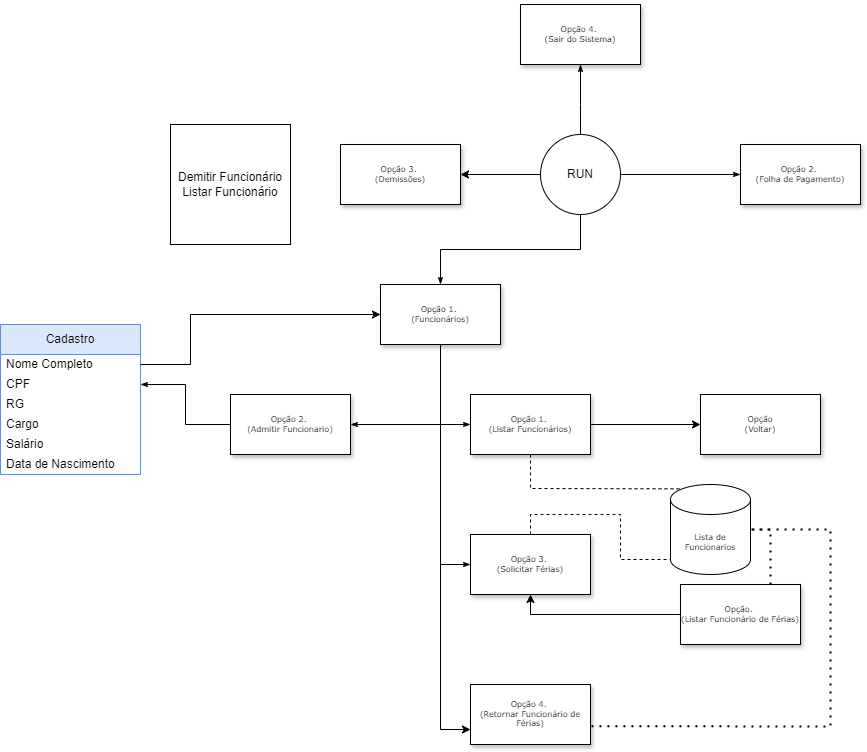
Above: DIAGRAMA RHSYSTEM.drawio.png in VitorMarquesLima/projeto-RHSystem-p1 (draw.io), before the change. Source tidied: cells renumbered, new cells last; positions are measured from the earlier drawing's top-left corner, leaving out a move shared by most shapes.
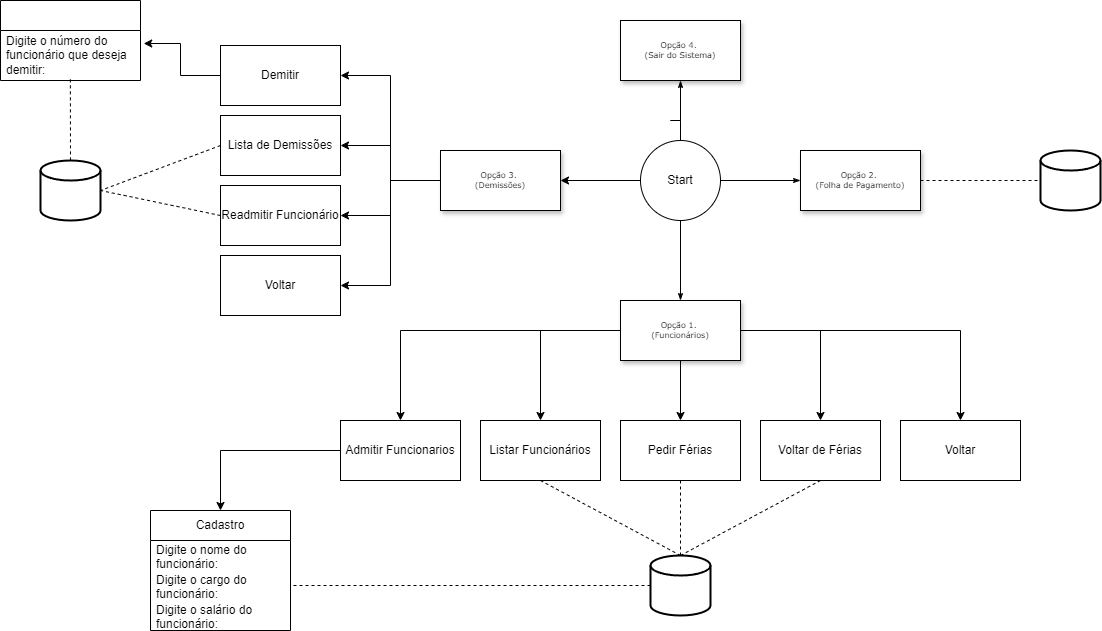
Later version of the same file.

What changed in the source:
```diff
@@ -2,41 +2,30 @@
   <root>
     <mxCell id="0" />
     <mxCell id="1" parent="0" />
-    <mxCell id="2" style="edgeStyle=orthogonalEdgeStyle;rounded=0;jettySize=auto;html=1;entryX=0;entryY=0.75;entryDx=0;entryDy=0;" parent="1" edge="1" source="3" target="7">
-      <mxGeometry relative="1" as="geometry" />
-    </mxCell>
+    <mxCell id="38" style="edgeStyle=orthogonalEdgeStyle;rounded=0;jettySize=auto;html=1;entryX=0.5;entryY=0;entryDx=0;entryDy=0;" parent="1" edge="1" source="3" target="48">
+      <mxGeometry relative="1" as="geometry">
+        <Array as="points">
+          <mxPoint x="310" y="310" />
+        </Array>
+      </mxGeometry>
+    </mxCell>
+    <mxCell id="39" style="edgeStyle=orthogonalEdgeStyle;rounded=0;jettySize=auto;html=1;entryX=0.5;entryY=0;entryDx=0;entryDy=0;" parent="1" edge="1" source="3" target="52">
+      <mxGeometry relative="1" as="geometry" />
+    </mxCell>
+    <mxCell id="40" style="edgeStyle=orthogonalEdgeStyle;rounded=0;jettySize=auto;html=1;entryX=0.5;entryY=0;entryDx=0;entryDy=0;" parent="1" edge="1" source="3" target="49">
+      <mxGeometry relative="1" as="geometry" />
+    </mxCell>
+    <mxCell id="41" style="edgeStyle=orthogonalEdgeStyle;rounded=0;jettySize=auto;html=1;" parent="1" edge="1" source="3" target="51">
+      <mxGeometry relative="1" as="geometry" />
+    </mxCell>
+    <mxCell id="42" style="edgeStyle=orthogonalEdgeStyle;rounded=0;jettySize=auto;html=1;entryX=0.5;entryY=0;entryDx=0;entryDy=0;" parent="1" edge="1" source="3" target="50">
+      <mxGeometry relative="1" as="geometry" />
+    </mxCell>
     <mxCell id="3" value="&lt;div&gt;Opção 1.&amp;nbsp;&lt;/div&gt;&lt;div&gt;(Funcionários)&lt;/div&gt;" style="rounded=0;whiteSpace=wrap;html=1;shadow=1;labelBackgroundColor=none;strokeWidth=1;fontFamily=Verdana;fontSize=8;align=center;" parent="1" vertex="1">
-      <mxGeometry x="380" y="280" width="120" height="60" as="geometry" />
+      <mxGeometry x="530" y="280" width="120" height="60" as="geometry" />
     </mxCell>
-    <mxCell id="4" style="edgeStyle=orthogonalEdgeStyle;rounded=0;jettySize=auto;html=1;entryX=0;entryY=0.5;entryDx=0;entryDy=0;" parent="1" edge="1" source="5" target="32">
-      <mxGeometry relative="1" as="geometry" />
-    </mxCell>
-    <mxCell id="5" value="&lt;div&gt;Opção 1.&amp;nbsp;&lt;/div&gt;&lt;div&gt;(Listar Funcionários)&lt;/div&gt;" style="rounded=0;whiteSpace=wrap;html=1;shadow=1;labelBackgroundColor=none;strokeWidth=1;fontFamily=Verdana;fontSize=8;align=center;" parent="1" vertex="1">
-      <mxGeometry x="470" y="390" width="120" height="60" as="geometry" />
-    </mxCell>
-    <mxCell id="6" value="&lt;div&gt;Opção 2.&amp;nbsp;&lt;/div&gt;&lt;div&gt;(Admitir Funcionario)&lt;/div&gt;" style="rounded=0;whiteSpace=wrap;html=1;shadow=1;labelBackgroundColor=none;strokeWidth=1;fontFamily=Verdana;fontSize=8;align=center;" parent="1" vertex="1">
-      <mxGeometry x="230" y="390" width="120" height="60" as="geometry" />
-    </mxCell>
-    <mxCell id="7" value="&lt;div&gt;Opção 4.&amp;nbsp;&lt;/div&gt;&lt;div&gt;(Retornar Funcionário de Férias)&lt;/div&gt;" style="rounded=0;whiteSpace=wrap;html=1;shadow=1;labelBackgroundColor=none;strokeWidth=1;fontFamily=Verdana;fontSize=8;align=center;" parent="1" vertex="1">
-      <mxGeometry x="470" y="680" width="120" height="60" as="geometry" />
-    </mxCell>
-    <mxCell id="8" value="&lt;div&gt;Opção 3.&amp;nbsp;&lt;/div&gt;&lt;div&gt;(Solicitar Férias)&lt;/div&gt;" style="rounded=0;whiteSpace=wrap;html=1;shadow=1;labelBackgroundColor=none;strokeWidth=1;fontFamily=Verdana;fontSize=8;align=center;" parent="1" vertex="1">
-      <mxGeometry x="470" y="530" width="120" height="60" as="geometry" />
-    </mxCell>
-    <mxCell id="9" style="edgeStyle=orthogonalEdgeStyle;rounded=0;html=1;labelBackgroundColor=none;startSize=5;endArrow=classicThin;endFill=1;endSize=5;jettySize=auto;strokeWidth=1;fontFamily=Verdana;fontSize=8;exitX=0.5;exitY=1;exitDx=0;exitDy=0;entryX=1;entryY=0.5;entryDx=0;entryDy=0;" parent="1" edge="1" source="3" target="6">
-      <mxGeometry relative="1" as="geometry" />
-    </mxCell>
-    <mxCell id="10" style="edgeStyle=orthogonalEdgeStyle;rounded=0;html=1;labelBackgroundColor=none;startSize=5;endArrow=classicThin;endFill=1;endSize=5;jettySize=auto;strokeWidth=1;fontFamily=Verdana;fontSize=8;exitX=0.5;exitY=1;exitDx=0;exitDy=0;entryX=0;entryY=0.5;entryDx=0;entryDy=0;" parent="1" edge="1" source="3" target="8">
-      <mxGeometry relative="1" as="geometry" />
-    </mxCell>
-    <mxCell id="11" style="edgeStyle=orthogonalEdgeStyle;rounded=0;jettySize=auto;html=1;entryX=0.5;entryY=1;entryDx=0;entryDy=0;" parent="1" edge="1" source="12" target="8">
-      <mxGeometry relative="1" as="geometry" />
-    </mxCell>
-    <mxCell id="12" value="&lt;div&gt;Opção.&amp;nbsp;&lt;/div&gt;&lt;div&gt;(Listar Funcionário de Férias)&lt;/div&gt;" style="rounded=0;whiteSpace=wrap;html=1;shadow=1;labelBackgroundColor=none;strokeWidth=1;fontFamily=Verdana;fontSize=8;align=center;" parent="1" vertex="1">
-      <mxGeometry x="680" y="580" width="120" height="60" as="geometry" />
-    </mxCell>
     <mxCell id="13" value="&lt;div&gt;Opção 4&lt;span style=&quot;background-color: initial;&quot;&gt;.&amp;nbsp;&lt;/span&gt;&lt;/div&gt;&lt;div&gt;(Sair do Sistema)&lt;/div&gt;" style="rounded=0;whiteSpace=wrap;html=1;shadow=1;labelBackgroundColor=none;strokeWidth=1;fontFamily=Verdana;fontSize=8;align=center;" parent="1" vertex="1">
-      <mxGeometry x="520" width="120" height="60" as="geometry" />
+      <mxGeometry x="530" width="120" height="60" as="geometry" />
     </mxCell>
     <mxCell id="14" style="edgeStyle=orthogonalEdgeStyle;rounded=0;html=1;labelBackgroundColor=none;startSize=5;endArrow=classicThin;endFill=1;endSize=5;jettySize=auto;strokeWidth=1;fontFamily=Verdana;fontSize=8;entryX=0.5;entryY=1;entryDx=0;entryDy=0;exitX=0.5;exitY=0;exitDx=0;exitDy=0;" parent="1" edge="1" source="34" target="13">
       <mxGeometry relative="1" as="geometry">
@@ -46,103 +35,119 @@
         </Array>
       </mxGeometry>
     </mxCell>
-    <mxCell id="15" style="edgeStyle=orthogonalEdgeStyle;rounded=0;html=1;labelBackgroundColor=none;startSize=5;endArrow=classicThin;endFill=1;endSize=5;jettySize=auto;strokeWidth=1;fontFamily=Verdana;fontSize=8;exitX=0.5;exitY=1;exitDx=0;exitDy=0;entryX=0;entryY=0.5;entryDx=0;entryDy=0;" parent="1" edge="1" source="3" target="5">
-      <mxGeometry relative="1" as="geometry" />
-    </mxCell>
     <mxCell id="16" style="edgeStyle=orthogonalEdgeStyle;rounded=0;html=1;labelBackgroundColor=none;startSize=5;endArrow=classicThin;endFill=1;endSize=5;jettySize=auto;strokeWidth=1;fontFamily=Verdana;fontSize=8;exitX=0.5;exitY=1;exitDx=0;exitDy=0;entryX=0.5;entryY=0;entryDx=0;entryDy=0;" parent="1" edge="1" source="34" target="3">
       <mxGeometry relative="1" as="geometry" />
     </mxCell>
     <mxCell id="17" value="&lt;div&gt;Opção 2.&amp;nbsp;&lt;/div&gt;&lt;div&gt;(Folha de Pagamento&lt;span style=&quot;background-color: initial;&quot;&gt;)&lt;/span&gt;&lt;/div&gt;" style="rounded=0;whiteSpace=wrap;html=1;shadow=1;labelBackgroundColor=none;strokeWidth=1;fontFamily=Verdana;fontSize=8;align=center;" parent="1" vertex="1">
-      <mxGeometry x="740" y="140" width="120" height="60" as="geometry" />
+      <mxGeometry x="710" y="130" width="120" height="60" as="geometry" />
     </mxCell>
     <mxCell id="18" style="edgeStyle=orthogonalEdgeStyle;rounded=0;html=1;labelBackgroundColor=none;startSize=5;endArrow=classicThin;endFill=1;endSize=5;jettySize=auto;strokeWidth=1;fontFamily=Verdana;fontSize=8;entryX=0;entryY=0.5;entryDx=0;entryDy=0;exitX=1;exitY=0.5;exitDx=0;exitDy=0;" parent="1" edge="1" source="34" target="17">
       <mxGeometry relative="1" as="geometry" />
     </mxCell>
-    <mxCell id="19" style="edgeStyle=orthogonalEdgeStyle;rounded=0;html=1;labelBackgroundColor=none;startSize=5;endArrow=classicThin;endFill=1;endSize=5;jettySize=auto;strokeWidth=1;fontFamily=Verdana;fontSize=8;exitX=0;exitY=0.5;exitDx=0;exitDy=0;entryX=1;entryY=0.5;entryDx=0;entryDy=0;" parent="1" edge="1" source="6" target="22">
-      <mxGeometry relative="1" as="geometry">
-        <Array as="points">
-          <mxPoint x="185" y="420" />
-          <mxPoint x="185" y="380" />
-        </Array>
-      </mxGeometry>
-    </mxCell>
-    <mxCell id="20" value="Cadastro" style="swimlane;fontStyle=0;horizontal=1;startSize=30;whiteSpace=wrap;html=1;fillColor=#dae8fc;strokeColor=#6c8ebf;" parent="1" vertex="1">
-      <mxGeometry y="320" width="140" height="150" as="geometry" />
-    </mxCell>
-    <mxCell id="21" value="Nome Completo" style="text;strokeColor=none;fillColor=none;align=left;verticalAlign=middle;spacingLeft=4;spacingRight=4;overflow=hidden;points=[[0,0.5],[1,0.5]];portConstraint=eastwest;whiteSpace=wrap;html=1;" parent="20" vertex="1">
-      <mxGeometry y="30" width="140" height="20" as="geometry" />
-    </mxCell>
-    <mxCell id="22" value="CPF" style="text;strokeColor=none;fillColor=none;align=left;verticalAlign=middle;spacingLeft=4;spacingRight=4;overflow=hidden;points=[[0,0.5],[1,0.5]];portConstraint=eastwest;whiteSpace=wrap;html=1;" parent="20" vertex="1">
-      <mxGeometry y="50" width="140" height="20" as="geometry" />
-    </mxCell>
-    <mxCell id="23" value="RG&lt;div&gt;&lt;br&gt;&lt;/div&gt;" style="text;strokeColor=none;fillColor=none;align=left;verticalAlign=middle;spacingLeft=4;spacingRight=4;overflow=hidden;whiteSpace=wrap;html=1;" parent="20" vertex="1">
-      <mxGeometry y="70" width="140" height="20" as="geometry" />
-    </mxCell>
-    <mxCell id="24" value="Cargo" style="text;strokeColor=none;fillColor=none;align=left;verticalAlign=middle;spacingLeft=4;spacingRight=4;overflow=hidden;whiteSpace=wrap;html=1;" parent="20" vertex="1">
-      <mxGeometry y="90" width="140" height="20" as="geometry" />
-    </mxCell>
-    <mxCell id="25" value="Salário" style="text;strokeColor=none;fillColor=none;align=left;verticalAlign=middle;spacingLeft=4;spacingRight=4;overflow=hidden;whiteSpace=wrap;html=1;" parent="20" vertex="1">
-      <mxGeometry y="110" width="140" height="20" as="geometry" />
-    </mxCell>
-    <mxCell id="26" value="Data de Nascimento&lt;div&gt;&lt;br&gt;&lt;/div&gt;" style="text;strokeColor=none;fillColor=none;align=left;verticalAlign=middle;spacingLeft=4;spacingRight=4;overflow=hidden;whiteSpace=wrap;html=1;" parent="20" vertex="1">
-      <mxGeometry y="130" width="140" height="20" as="geometry" />
-    </mxCell>
-    <mxCell id="27" style="edgeStyle=orthogonalEdgeStyle;rounded=0;jettySize=auto;html=1;entryX=0;entryY=0.5;entryDx=0;entryDy=0;exitX=1;exitY=0.5;exitDx=0;exitDy=0;" parent="1" edge="1" source="21" target="3">
-      <mxGeometry relative="1" as="geometry">
-        <Array as="points">
-          <mxPoint x="190" y="360" />
-          <mxPoint x="190" y="310" />
-        </Array>
-      </mxGeometry>
-    </mxCell>
-    <mxCell id="28" value="&lt;div style=&quot;font-family: Verdana; font-size: 8px;&quot;&gt;Lista de Funcionarios&lt;/div&gt;" style="shape=cylinder3;whiteSpace=wrap;html=1;boundedLbl=1;backgroundOutline=1;size=15;" parent="1" vertex="1">
-      <mxGeometry x="670" y="480" width="80" height="90" as="geometry" />
-    </mxCell>
-    <mxCell id="29" style="endArrow=none;dashed=1;html=1;rounded=0;exitX=0.5;exitY=0;exitDx=0;exitDy=0;entryX=0;entryY=1;entryDx=0;entryDy=-15;entryPerimeter=0;" parent="1" edge="1" source="8" target="28">
-      <mxGeometry relative="1" as="geometry">
-        <Array as="points">
-          <mxPoint x="530" y="510" />
-          <mxPoint x="620" y="510" />
-          <mxPoint x="620" y="555" />
-        </Array>
-      </mxGeometry>
-    </mxCell>
-    <mxCell id="30" style="endArrow=none;dashed=1;html=1;dashPattern=1 3;strokeWidth=2;rounded=0;entryX=1;entryY=0.5;entryDx=0;entryDy=0;entryPerimeter=0;exitX=0.75;exitY=0;exitDx=0;exitDy=0;" parent="1" edge="1" source="12" target="28">
-      <mxGeometry relative="1" as="geometry">
-        <Array as="points">
-          <mxPoint x="770" y="525" />
-        </Array>
-      </mxGeometry>
-    </mxCell>
-    <mxCell id="31" style="endArrow=none;dashed=1;html=1;rounded=0;exitX=0.5;exitY=1;exitDx=0;exitDy=0;entryX=0.145;entryY=0;entryDx=0;entryDy=4.35;entryPerimeter=0;" parent="1" edge="1" source="5" target="28">
-      <mxGeometry relative="1" as="geometry">
-        <Array as="points">
-          <mxPoint x="530" y="484" />
-        </Array>
-      </mxGeometry>
-    </mxCell>
-    <mxCell id="32" value="&lt;div&gt;&lt;span style=&quot;background-color: initial;&quot;&gt;Opção&lt;br&gt;(Voltar)&lt;/span&gt;&lt;br&gt;&lt;/div&gt;" style="rounded=0;whiteSpace=wrap;html=1;shadow=1;labelBackgroundColor=none;strokeWidth=1;fontFamily=Verdana;fontSize=8;align=center;" parent="1" vertex="1">
-      <mxGeometry x="700" y="390" width="120" height="60" as="geometry" />
-    </mxCell>
     <mxCell id="33" style="edgeStyle=orthogonalEdgeStyle;rounded=0;jettySize=auto;html=1;entryX=1;entryY=0.5;entryDx=0;entryDy=0;" parent="1" edge="1" source="34" target="36">
       <mxGeometry relative="1" as="geometry" />
     </mxCell>
-    <mxCell id="34" value="RUN" style="ellipse;whiteSpace=wrap;html=1;" parent="1" vertex="1">
-      <mxGeometry x="540" y="130" width="80" height="80" as="geometry" />
+    <mxCell id="34" value="Start" style="ellipse;whiteSpace=wrap;html=1;" parent="1" vertex="1">
+      <mxGeometry x="550" y="120" width="80" height="80" as="geometry" />
     </mxCell>
-    <mxCell id="35" style="endArrow=none;dashed=1;html=1;dashPattern=1 3;strokeWidth=2;rounded=0;entryX=1;entryY=0.5;entryDx=0;entryDy=0;entryPerimeter=0;exitX=1.008;exitY=0.695;exitDx=0;exitDy=0;exitPerimeter=0;" parent="1" edge="1" source="7" target="28">
-      <mxGeometry relative="1" as="geometry">
-        <Array as="points">
-          <mxPoint x="830" y="722" />
-          <mxPoint x="830" y="525" />
-        </Array>
-      </mxGeometry>
-    </mxCell>
+    <mxCell id="43" style="edgeStyle=orthogonalEdgeStyle;rounded=0;jettySize=auto;html=1;entryX=1;entryY=0.5;entryDx=0;entryDy=0;" parent="1" edge="1" source="36" target="57">
+      <mxGeometry relative="1" as="geometry" />
+    </mxCell>
+    <mxCell id="44" style="edgeStyle=orthogonalEdgeStyle;rounded=0;jettySize=auto;html=1;entryX=1;entryY=0.5;entryDx=0;entryDy=0;" parent="1" edge="1" source="36" target="56">
+      <mxGeometry relative="1" as="geometry" />
+    </mxCell>
+    <mxCell id="45" style="edgeStyle=orthogonalEdgeStyle;rounded=0;jettySize=auto;html=1;entryX=1;entryY=0.5;entryDx=0;entryDy=0;" parent="1" edge="1" source="36" target="59">
+      <mxGeometry relative="1" as="geometry" />
+    </mxCell>
+    <mxCell id="46" style="edgeStyle=orthogonalEdgeStyle;rounded=0;jettySize=auto;html=1;entryX=1;entryY=0.5;entryDx=0;entryDy=0;" parent="1" edge="1" source="36" target="58">
+      <mxGeometry relative="1" as="geometry" />
+    </mxCell>
     <mxCell id="36" value="&lt;div&gt;Opção 3&lt;span style=&quot;background-color: initial;&quot;&gt;.&amp;nbsp;&lt;/span&gt;&lt;/div&gt;&lt;div&gt;(Demissões)&lt;/div&gt;" style="rounded=0;whiteSpace=wrap;html=1;shadow=1;labelBackgroundColor=none;strokeWidth=1;fontFamily=Verdana;fontSize=8;align=center;" parent="1" vertex="1">
-      <mxGeometry x="340" y="140" width="120" height="60" as="geometry" />
+      <mxGeometry x="350" y="130" width="120" height="60" as="geometry" />
     </mxCell>
-    <mxCell id="37" value="Demitir Funcionário&lt;div&gt;Listar Funcionário&lt;/div&gt;" style="whiteSpace=wrap;html=1;" parent="1" vertex="1">
-      <mxGeometry x="170" y="120" width="120" height="120" as="geometry" />
-    </mxCell>
+    <mxCell id="47" style="edgeStyle=orthogonalEdgeStyle;rounded=0;jettySize=auto;html=1;" parent="1" edge="1" source="48" target="20">
+      <mxGeometry relative="1" as="geometry" />
+    </mxCell>
+    <mxCell id="48" value="Admitir Funcionarios" style="rounded=0;whiteSpace=wrap;html=1;" parent="1" vertex="1">
+      <mxGeometry x="250" y="400" width="120" height="60" as="geometry" />
+    </mxCell>
+    <mxCell id="49" value="Listar Funcionários" style="rounded=0;whiteSpace=wrap;html=1;" parent="1" vertex="1">
+      <mxGeometry x="390" y="400" width="120" height="60" as="geometry" />
+    </mxCell>
+    <mxCell id="50" value="Pedir Férias" style="rounded=0;whiteSpace=wrap;html=1;" parent="1" vertex="1">
+      <mxGeometry x="530" y="400" width="120" height="60" as="geometry" />
+    </mxCell>
+    <mxCell id="51" value="Voltar de Férias" style="rounded=0;whiteSpace=wrap;html=1;" parent="1" vertex="1">
+      <mxGeometry x="670" y="400" width="120" height="60" as="geometry" />
+    </mxCell>
+    <mxCell id="52" value="Voltar" style="rounded=0;whiteSpace=wrap;html=1;" parent="1" vertex="1">
+      <mxGeometry x="810" y="400" width="120" height="60" as="geometry" />
+    </mxCell>
+    <mxCell id="20" value="Cadastro" style="swimlane;fontStyle=0;horizontal=1;startSize=30;whiteSpace=wrap;html=1;" parent="1" vertex="1">
+      <mxGeometry x="60" y="490" width="140" height="120" as="geometry" />
+    </mxCell>
+    <mxCell id="53" value="Digite o nome do funcionário:" style="text;strokeColor=none;fillColor=none;align=left;verticalAlign=middle;spacingLeft=4;spacingRight=4;overflow=hidden;whiteSpace=wrap;html=1;" parent="20" vertex="1">
+      <mxGeometry y="30" width="140" height="30" as="geometry" />
+    </mxCell>
+    <mxCell id="54" value="Digite o cargo do funcionário:" style="text;strokeColor=none;fillColor=none;align=left;verticalAlign=middle;spacingLeft=4;spacingRight=4;overflow=hidden;points=[[0,0.5],[1,0.5]];portConstraint=eastwest;whiteSpace=wrap;html=1;" parent="20" vertex="1">
+      <mxGeometry y="60" width="140" height="30" as="geometry" />
+    </mxCell>
+    <mxCell id="55" value="Digite o salário do funcionário:" style="text;strokeColor=none;fillColor=none;align=left;verticalAlign=middle;spacingLeft=4;spacingRight=4;overflow=hidden;whiteSpace=wrap;html=1;" parent="20" vertex="1">
+      <mxGeometry y="90" width="140" height="30" as="geometry" />
+    </mxCell>
+    <mxCell id="56" value="Demitir" style="rounded=0;whiteSpace=wrap;html=1;" parent="1" vertex="1">
+      <mxGeometry x="130" y="25" width="120" height="60" as="geometry" />
+    </mxCell>
+    <mxCell id="57" value="Lista de Demissões" style="rounded=0;whiteSpace=wrap;html=1;" parent="1" vertex="1">
+      <mxGeometry x="130" y="95" width="120" height="60" as="geometry" />
+    </mxCell>
+    <mxCell id="58" value="Readmitir Funcionário" style="rounded=0;whiteSpace=wrap;html=1;" parent="1" vertex="1">
+      <mxGeometry x="130" y="165" width="120" height="60" as="geometry" />
+    </mxCell>
+    <mxCell id="59" value="Voltar" style="rounded=0;whiteSpace=wrap;html=1;" parent="1" vertex="1">
+      <mxGeometry x="130" y="235" width="120" height="60" as="geometry" />
+    </mxCell>
+    <mxCell id="60" style="swimlane;fontStyle=0;horizontal=1;startSize=30;whiteSpace=wrap;html=1;" parent="1" vertex="1">
+      <mxGeometry x="-90" y="-20" width="140" height="80" as="geometry" />
+    </mxCell>
+    <mxCell id="61" value="Digite o número do funcionário que deseja demitir:" style="text;strokeColor=none;fillColor=none;align=left;verticalAlign=middle;spacingLeft=4;spacingRight=4;overflow=hidden;points=[[0,0.5],[1,0.5]];portConstraint=eastwest;whiteSpace=wrap;html=1;" parent="60" vertex="1">
+      <mxGeometry y="30" width="140" height="50" as="geometry" />
+    </mxCell>
+    <mxCell id="62" style="edgeStyle=orthogonalEdgeStyle;rounded=0;jettySize=auto;html=1;entryX=1.023;entryY=0.26;entryDx=0;entryDy=0;entryPerimeter=0;" parent="1" edge="1" source="56" target="61">
+      <mxGeometry relative="1" as="geometry" />
+    </mxCell>
+    <mxCell id="63" style="strokeWidth=2;html=1;shape=mxgraph.flowchart.database;whiteSpace=wrap;" parent="1" vertex="1">
+      <mxGeometry x="-50" y="140" width="60" height="60" as="geometry" />
+    </mxCell>
+    <mxCell id="64" style="endArrow=none;dashed=1;html=1;rounded=0;entryX=0.5;entryY=0;entryDx=0;entryDy=0;entryPerimeter=0;exitX=0.499;exitY=0.977;exitDx=0;exitDy=0;exitPerimeter=0;" parent="1" edge="1" source="61" target="63">
+      <mxGeometry relative="1" as="geometry" />
+    </mxCell>
+    <mxCell id="65" style="strokeWidth=2;html=1;shape=mxgraph.flowchart.database;whiteSpace=wrap;" parent="1" vertex="1">
+      <mxGeometry x="560" y="535" width="60" height="60" as="geometry" />
+    </mxCell>
+    <mxCell id="66" style="endArrow=none;dashed=1;html=1;rounded=0;exitX=0.5;exitY=0;exitDx=0;exitDy=0;entryX=0.5;entryY=1;entryDx=0;entryDy=0;exitPerimeter=0;" parent="1" edge="1" source="65" target="49">
+      <mxGeometry relative="1" as="geometry" />
+    </mxCell>
+    <mxCell id="67" style="endArrow=none;dashed=1;html=1;rounded=0;exitX=0.5;exitY=0;exitDx=0;exitDy=0;entryX=0.5;entryY=1;entryDx=0;entryDy=0;exitPerimeter=0;" parent="1" edge="1" source="65" target="50">
+      <mxGeometry relative="1" as="geometry" />
+    </mxCell>
+    <mxCell id="68" style="endArrow=none;dashed=1;html=1;rounded=0;exitX=0.5;exitY=0;exitDx=0;exitDy=0;entryX=0.5;entryY=1;entryDx=0;entryDy=0;exitPerimeter=0;" parent="1" edge="1" source="65" target="51">
+      <mxGeometry relative="1" as="geometry" />
+    </mxCell>
+    <mxCell id="69" style="endArrow=none;dashed=1;html=1;rounded=0;entryX=1;entryY=0.5;entryDx=0;entryDy=0;entryPerimeter=0;exitX=0;exitY=0.5;exitDx=0;exitDy=0;" parent="1" edge="1" source="57" target="63">
+      <mxGeometry relative="1" as="geometry" />
+    </mxCell>
+    <mxCell id="70" style="endArrow=none;dashed=1;html=1;rounded=0;entryX=1;entryY=0.5;entryDx=0;entryDy=0;entryPerimeter=0;exitX=0;exitY=0.5;exitDx=0;exitDy=0;" parent="1" edge="1" source="58" target="63">
+      <mxGeometry relative="1" as="geometry" />
+    </mxCell>
+    <mxCell id="71" style="endArrow=none;dashed=1;html=1;rounded=0;exitX=0;exitY=0.5;exitDx=0;exitDy=0;entryX=1;entryY=0.5;entryDx=0;entryDy=0;exitPerimeter=0;" parent="1" edge="1" source="65" target="54">
+      <mxGeometry relative="1" as="geometry" />
+    </mxCell>
+    <mxCell id="72" style="strokeWidth=2;html=1;shape=mxgraph.flowchart.database;whiteSpace=wrap;" parent="1" vertex="1">
+      <mxGeometry x="950" y="130" width="60" height="60" as="geometry" />
+    </mxCell>
+    <mxCell id="73" style="endArrow=none;dashed=1;html=1;rounded=0;exitX=1;exitY=0.5;exitDx=0;exitDy=0;entryX=0;entryY=0.5;entryDx=0;entryDy=0;entryPerimeter=0;" parent="1" edge="1" source="17" target="72">
+      <mxGeometry relative="1" as="geometry" />
+    </mxCell>
   </root>
 </mxGraphModel>
```
